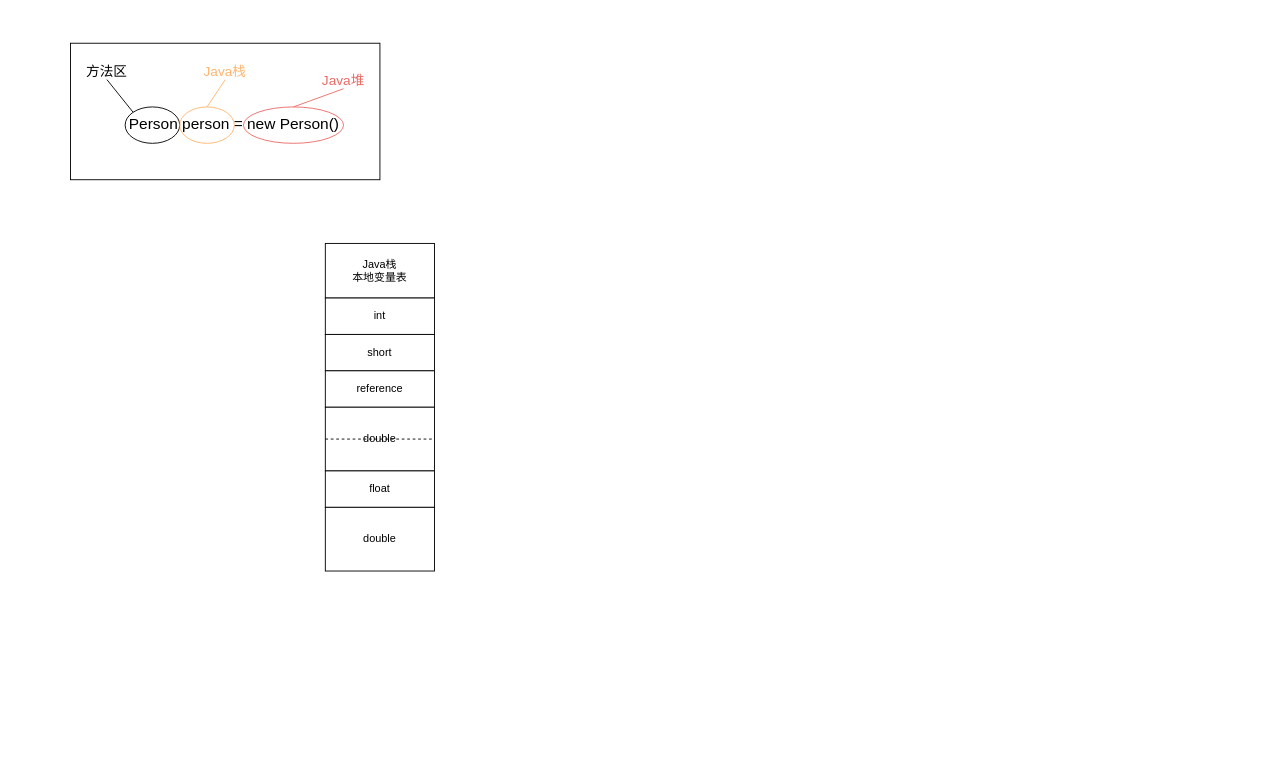
Earlier version of the draw.io diagram source/_posts/编程语言/Java/Java语言/JVM/图示/2 Java内存区域/栈、堆和方法区的交互关系.drawio (CoachHe/coachhe.github.io). Source tidied: cells renumbered, new cells numbered last; positions are measured from the earlier drawing's top-left corner, leaving out a move shared by most shapes. Both pictures are drawn from the tidied source at 91%, with x=0, y=0 at pixel (70, 43).
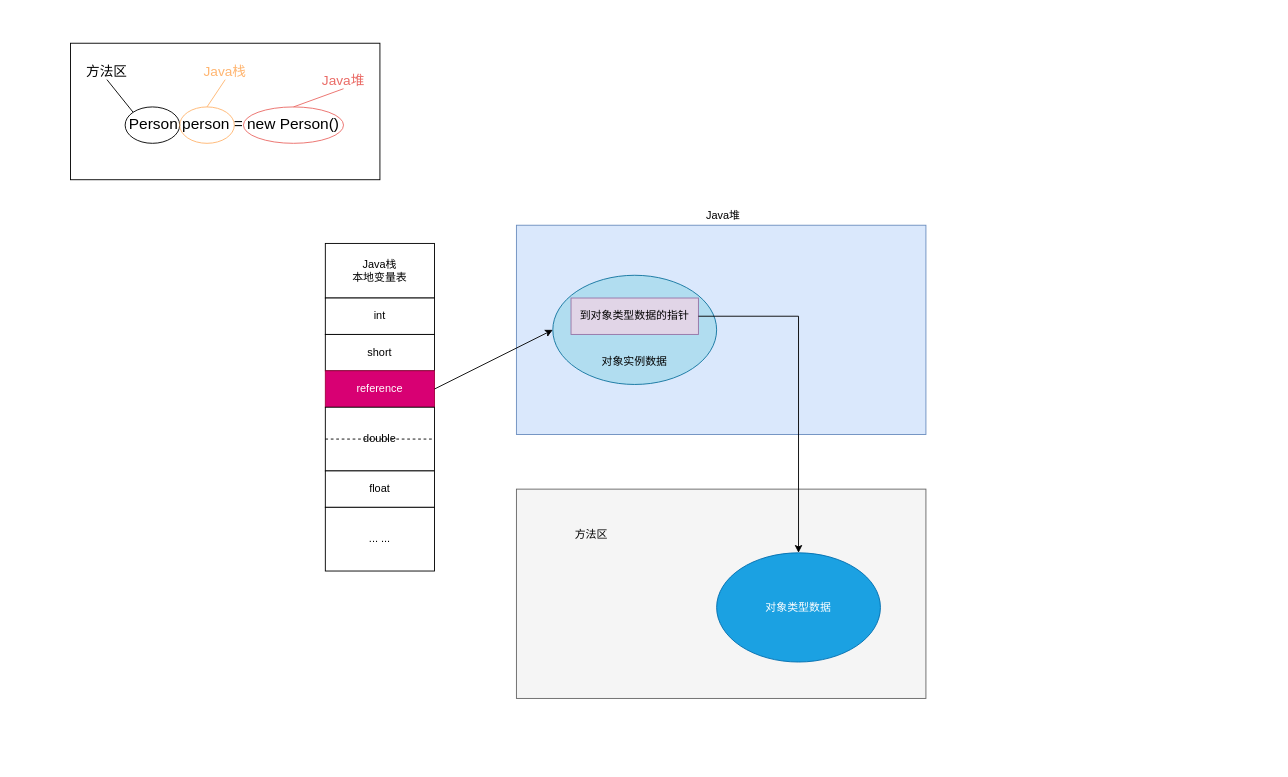
After the change.

What changed in the source:
```diff
@@
+    <mxCell id="3" style="whiteSpace=wrap;html=1;strokeColor=none;" parent="1" vertex="1">
+      <mxGeometry x="-60" y="-30" width="1090" height="820" as="geometry" />
+    </mxCell>
@@
-    <mxCell id="3" style="whiteSpace=wrap;html=1;strokeColor=none;" parent="1" vertex="1">
-      <mxGeometry x="200" y="170" width="1120" height="500" as="geometry" />
-    </mxCell>
@@
-    <mxCell id="17" value="reference" style="rounded=0;whiteSpace=wrap;html=1;strokeColor=#000000;strokeWidth=1;fillColor=#ffffff;" parent="1" vertex="1">
+    <mxCell id="17" value="reference" style="rounded=0;whiteSpace=wrap;html=1;strokeColor=#A50040;strokeWidth=1;fillColor=#d80073;fontColor=#ffffff;" parent="1" vertex="1">
       <mxGeometry x="280" y="360" width="120" height="40" as="geometry" />
     </mxCell>
@@
-    <mxCell id="21" value="double" style="rounded=0;whiteSpace=wrap;html=1;strokeColor=#000000;strokeWidth=1;fillColor=#ffffff;" parent="1" vertex="1">
+    <mxCell id="21" value="... ..." style="rounded=0;whiteSpace=wrap;html=1;strokeColor=#000000;strokeWidth=1;fillColor=#ffffff;" parent="1" vertex="1">
       <mxGeometry x="280" y="510" width="120" height="70" as="geometry" />
     </mxCell>
+    <mxCell id="22" style="rounded=0;whiteSpace=wrap;html=1;strokeColor=#6c8ebf;strokeWidth=1;fillColor=#dae8fc;" parent="1" vertex="1">
+      <mxGeometry x="490" y="200" width="450" height="230" as="geometry" />
+    </mxCell>
+    <mxCell id="23" value="Java堆" style="text;html=1;strokeColor=none;fillColor=none;align=center;verticalAlign=middle;whiteSpace=wrap;rounded=0;" parent="1" vertex="1">
+      <mxGeometry x="695" y="180" width="45" height="20" as="geometry" />
+    </mxCell>
+    <mxCell id="24" style="ellipse;whiteSpace=wrap;html=1;strokeColor=#10739e;strokeWidth=1;fillColor=#b1ddf0;" parent="1" vertex="1">
+      <mxGeometry x="530" y="255" width="180" height="120" as="geometry" />
+    </mxCell>
+    <mxCell id="25" value="到对象类型数据的指针" style="rounded=0;whiteSpace=wrap;html=1;strokeColor=#9673a6;strokeWidth=1;fillColor=#e1d5e7;" parent="1" vertex="1">
+      <mxGeometry x="550" y="280" width="140" height="40" as="geometry" />
+    </mxCell>
+    <mxCell id="26" value="对象实例数据&lt;br&gt;" style="text;html=1;strokeColor=none;fillColor=none;align=center;verticalAlign=middle;whiteSpace=wrap;rounded=0;" parent="1" vertex="1">
+      <mxGeometry x="575" y="340" width="90" height="20" as="geometry" />
+    </mxCell>
+    <mxCell id="27" style="rounded=0;whiteSpace=wrap;html=1;strokeColor=#666666;strokeWidth=1;fillColor=#f5f5f5;fontColor=#333333;" parent="1" vertex="1">
+      <mxGeometry x="490" y="490" width="450" height="230" as="geometry" />
+    </mxCell>
+    <mxCell id="28" value="方法区" style="text;html=1;strokeColor=none;fillColor=none;align=center;verticalAlign=middle;whiteSpace=wrap;rounded=0;" parent="1" vertex="1">
+      <mxGeometry x="550" y="530" width="45" height="20" as="geometry" />
+    </mxCell>
+    <mxCell id="29" value="对象类型数据" style="ellipse;whiteSpace=wrap;html=1;strokeColor=#006EAF;strokeWidth=1;fillColor=#1ba1e2;fontColor=#ffffff;" parent="1" vertex="1">
+      <mxGeometry x="710" y="560" width="180" height="120" as="geometry" />
+    </mxCell>
+    <mxCell id="30" style="edgeStyle=none;html=1;exitX=1;exitY=0.5;exitDx=0;exitDy=0;entryX=0.5;entryY=0;entryDx=0;entryDy=0;endArrow=classic;endFill=1;rounded=0;startArrow=none;startFill=0;" parent="1" edge="1" source="25" target="29">
+      <mxGeometry relative="1" as="geometry">
+        <Array as="points">
+          <mxPoint x="800" y="300" />
+        </Array>
+      </mxGeometry>
+    </mxCell>
+    <mxCell id="31" style="edgeStyle=none;rounded=0;html=1;exitX=1;exitY=0.5;exitDx=0;exitDy=0;entryX=0;entryY=0.5;entryDx=0;entryDy=0;startArrow=none;startFill=0;endArrow=classic;endFill=1;strokeColor=#000000;" parent="1" edge="1" source="17" target="24">
+      <mxGeometry relative="1" as="geometry" />
+    </mxCell>
```
